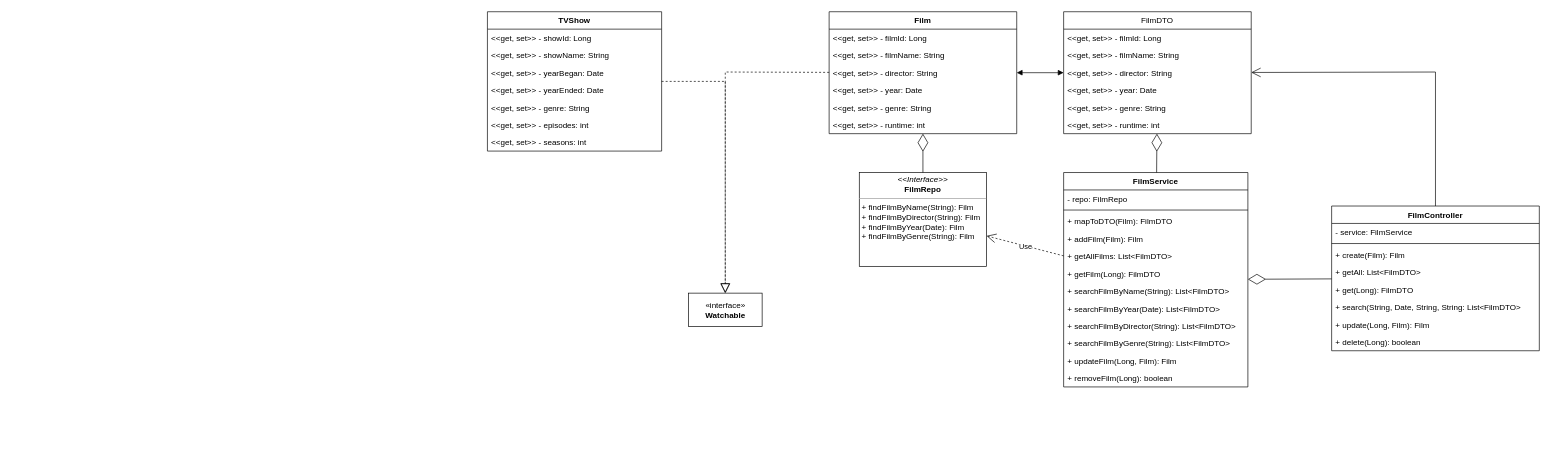
Above: Documents/Film TV Tracker UML diagram ver 1.drawio in Tasdiq-Dewan/Film-TV-Tracker-Project (draw.io), before the change. Source tidied: cells renumbered, new cells numbered last; positions are measured from the earlier drawing's top-left corner, leaving out a move shared by most shapes. Both pictures are drawn from the tidied source at 67%, with x=0, y=0 at pixel (487, 11).
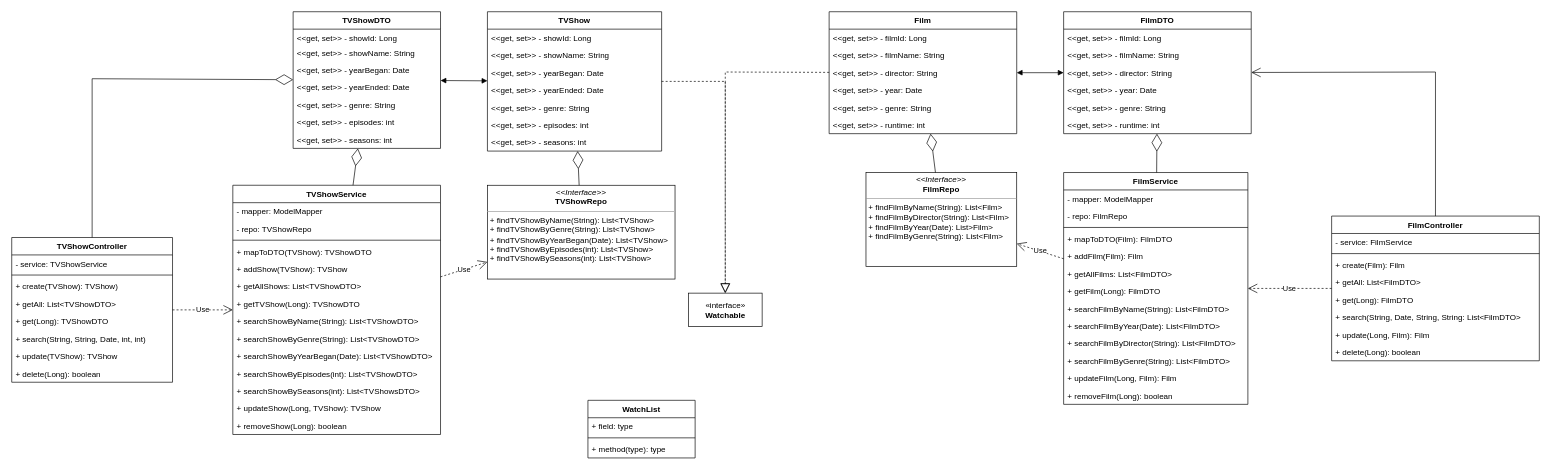
After the change.

Commit message (it also covers changes not shown here):
working on UML class diagram, Finshed classes related to Film and TVShow entities

The change refers to these unchanged cells:
```xml
<mxCell id="47" value="TVShow" style="swimlane;fontStyle=1;align=center;verticalAlign=top;horizontal=1;startSize=26;" parent="1" vertex="1">
  <mxGeometry width="260" height="208" as="geometry" />
</mxCell>
```

Diff of the diagram source:
```diff
@@
-    <mxCell id="9" value="FilmDTO" style="swimlane;fontStyle=0;horizontal=1;startSize=26;fillColor=none;" parent="1" vertex="1">
+    <mxCell id="9" value="FilmDTO" style="swimlane;fontStyle=1;horizontal=1;startSize=26;fillColor=none;" parent="1" vertex="1">
       <mxGeometry x="860" width="280" height="182" as="geometry" />
     </mxCell>
@@
-    <mxCell id="17" value="&lt;p style=&quot;margin:0px;margin-top:4px;text-align:center;&quot;&gt;&lt;i&gt;&amp;lt;&amp;lt;Interface&amp;gt;&amp;gt;&lt;/i&gt;&lt;br&gt;&lt;b&gt;FilmRepo&lt;/b&gt;&lt;/p&gt;&lt;hr size=&quot;1&quot;&gt;&lt;p style=&quot;margin:0px;margin-left:4px;&quot;&gt;+ findFilmByName(String): Film&lt;br&gt;+ findFilmByDirector(String): Film&lt;/p&gt;&lt;p style=&quot;margin:0px;margin-left:4px;&quot;&gt;+ findFilmByYear(Date): Film&lt;/p&gt;&lt;p style=&quot;margin:0px;margin-left:4px;&quot;&gt;+ findFilmByGenre(String): Film&lt;/p&gt;" style="verticalAlign=top;align=left;overflow=fill;fontSize=12;fontFamily=Helvetica;html=1;" parent="1" vertex="1">
-      <mxGeometry x="555" y="240" width="190" height="140" as="geometry" />
+    <mxCell id="17" value="&lt;p style=&quot;margin:0px;margin-top:4px;text-align:center;&quot;&gt;&lt;i&gt;&amp;lt;&amp;lt;Interface&amp;gt;&amp;gt;&lt;/i&gt;&lt;br&gt;&lt;b&gt;FilmRepo&lt;/b&gt;&lt;/p&gt;&lt;hr size=&quot;1&quot;&gt;&lt;p style=&quot;margin:0px;margin-left:4px;&quot;&gt;+ findFilmByName(String): List&amp;lt;Film&amp;gt;&lt;br&gt;+ findFilmByDirector(String): List&amp;lt;Film&amp;gt;&lt;/p&gt;&lt;p style=&quot;margin:0px;margin-left:4px;&quot;&gt;+ findFilmByYear(Date): List&amp;gt;Film&amp;gt;&lt;/p&gt;&lt;p style=&quot;margin:0px;margin-left:4px;&quot;&gt;+ findFilmByGenre(String): List&amp;lt;Film&amp;gt;&lt;/p&gt;" style="verticalAlign=top;align=left;overflow=fill;fontSize=12;fontFamily=Helvetica;html=1;" parent="1" vertex="1">
+      <mxGeometry x="565" y="240" width="225" height="140" as="geometry" />
     </mxCell>
@@
     <mxCell id="19" value="FilmService" style="swimlane;fontStyle=1;align=center;verticalAlign=top;horizontal=1;startSize=26;" parent="1" vertex="1">
-      <mxGeometry x="860" y="240" width="275" height="320" as="geometry" />
+      <mxGeometry x="860" y="240" width="275" height="346" as="geometry" />
     </mxCell>
+    <mxCell id="56" value="- mapper: ModelMapper" style="text;strokeColor=none;fillColor=none;align=left;verticalAlign=top;spacingLeft=4;spacingRight=4;overflow=hidden;" parent="19" vertex="1">
+      <mxGeometry y="26" width="275" height="26" as="geometry" />
+    </mxCell>
     <mxCell id="20" value="- repo: FilmRepo" style="text;strokeColor=none;fillColor=none;align=left;verticalAlign=top;spacingLeft=4;spacingRight=4;overflow=hidden;" parent="19" vertex="1">
-      <mxGeometry y="26" width="275" height="26" as="geometry" />
+      <mxGeometry y="52" width="275" height="26" as="geometry" />
     </mxCell>
     <mxCell id="21" style="line;strokeWidth=1;fillColor=none;align=left;verticalAlign=middle;spacingTop=-1;spacingLeft=3;spacingRight=3;labelPosition=right;" parent="19" vertex="1">
-      <mxGeometry y="52" width="275" height="8" as="geometry" />
+      <mxGeometry y="78" width="275" height="8" as="geometry" />
     </mxCell>
     <mxCell id="22" value="+ mapToDTO(Film): FilmDTO" style="text;strokeColor=none;fillColor=none;align=left;verticalAlign=top;spacingLeft=4;spacingRight=4;overflow=hidden;" parent="19" vertex="1">
-      <mxGeometry y="60" width="275" height="26" as="geometry" />
+      <mxGeometry y="86" width="275" height="26" as="geometry" />
     </mxCell>
     <mxCell id="23" value="+ addFilm(Film): Film" style="text;strokeColor=none;fillColor=none;align=left;verticalAlign=top;spacingLeft=4;spacingRight=4;overflow=hidden;" parent="19" vertex="1">
-      <mxGeometry y="86" width="275" height="26" as="geometry" />
+      <mxGeometry y="112" width="275" height="26" as="geometry" />
     </mxCell>
     <mxCell id="24" value="+ getAllFilms: List&lt;FilmDTO&gt;" style="text;strokeColor=none;fillColor=none;align=left;verticalAlign=top;spacingLeft=4;spacingRight=4;overflow=hidden;" parent="19" vertex="1">
-      <mxGeometry y="112" width="275" height="26" as="geometry" />
+      <mxGeometry y="138" width="275" height="26" as="geometry" />
     </mxCell>
     <mxCell id="25" value="+ getFilm(Long): FilmDTO" style="text;strokeColor=none;fillColor=none;align=left;verticalAlign=top;spacingLeft=4;spacingRight=4;overflow=hidden;" parent="19" vertex="1">
-      <mxGeometry y="138" width="275" height="26" as="geometry" />
+      <mxGeometry y="164" width="275" height="26" as="geometry" />
     </mxCell>
     <mxCell id="26" value="+ searchFilmByName(String): List&lt;FilmDTO&gt;" style="text;strokeColor=none;fillColor=none;align=left;verticalAlign=top;spacingLeft=4;spacingRight=4;overflow=hidden;" parent="19" vertex="1">
-      <mxGeometry y="164" width="275" height="26" as="geometry" />
+      <mxGeometry y="190" width="275" height="26" as="geometry" />
     </mxCell>
     <mxCell id="27" value="+ searchFilmByYear(Date): List&lt;FilmDTO&gt;" style="text;strokeColor=none;fillColor=none;align=left;verticalAlign=top;spacingLeft=4;spacingRight=4;overflow=hidden;" parent="19" vertex="1">
-      <mxGeometry y="190" width="275" height="26" as="geometry" />
+      <mxGeometry y="216" width="275" height="26" as="geometry" />
     </mxCell>
     <mxCell id="28" value="+ searchFilmByDirector(String): List&lt;FilmDTO&gt;" style="text;strokeColor=none;fillColor=none;align=left;verticalAlign=top;spacingLeft=4;spacingRight=4;overflow=hidden;" parent="19" vertex="1">
-      <mxGeometry y="216" width="275" height="26" as="geometry" />
+      <mxGeometry y="242" width="275" height="26" as="geometry" />
     </mxCell>
     <mxCell id="29" value="+ searchFilmByGenre(String): List&lt;FilmDTO&gt;" style="text;strokeColor=none;fillColor=none;align=left;verticalAlign=top;spacingLeft=4;spacingRight=4;overflow=hidden;" parent="19" vertex="1">
-      <mxGeometry y="242" width="275" height="26" as="geometry" />
+      <mxGeometry y="268" width="275" height="26" as="geometry" />
     </mxCell>
     <mxCell id="30" value="+ updateFilm(Long, Film): Film" style="text;strokeColor=none;fillColor=none;align=left;verticalAlign=top;spacingLeft=4;spacingRight=4;overflow=hidden;" parent="19" vertex="1">
-      <mxGeometry y="268" width="275" height="26" as="geometry" />
+      <mxGeometry y="294" width="275" height="26" as="geometry" />
     </mxCell>
     <mxCell id="31" value="+ removeFilm(Long): boolean" style="text;strokeColor=none;fillColor=none;align=left;verticalAlign=top;spacingLeft=4;spacingRight=4;overflow=hidden;" parent="19" vertex="1">
-      <mxGeometry y="294" width="275" height="26" as="geometry" />
+      <mxGeometry y="320" width="275" height="26" as="geometry" />
     </mxCell>
@@
     <mxCell id="36" value="FilmController" style="swimlane;fontStyle=1;align=center;verticalAlign=top;horizontal=1;startSize=26;" parent="1" vertex="1">
-      <mxGeometry x="1260" y="290" width="310" height="216" as="geometry" />
+      <mxGeometry x="1260" y="305" width="310" height="216" as="geometry" />
     </mxCell>
@@
-    <mxCell id="45" style="endArrow=diamondThin;endFill=0;endSize=24;html=1;rounded=0;" parent="1" edge="1" source="36" target="19">
-      <mxGeometry relative="1" as="geometry" />
-    </mxCell>
@@
+    <mxCell id="57" value="TVShowDTO" style="swimlane;fontStyle=1;horizontal=1;startSize=26;fillColor=none;" parent="1" vertex="1">
+      <mxGeometry x="-290" width="220" height="204" as="geometry" />
+    </mxCell>
+    <mxCell id="58" value="&lt;&lt;get, set&gt;&gt; - showId: Long" style="text;strokeColor=none;fillColor=none;align=left;verticalAlign=top;spacingLeft=4;spacingRight=4;overflow=hidden;" parent="57" vertex="1">
+      <mxGeometry y="26" width="220" height="22" as="geometry" />
+    </mxCell>
+    <mxCell id="59" value="&lt;&lt;get, set&gt;&gt; - showName: String" style="text;strokeColor=none;fillColor=none;align=left;verticalAlign=top;spacingLeft=4;spacingRight=4;overflow=hidden;" parent="57" vertex="1">
+      <mxGeometry y="48" width="220" height="26" as="geometry" />
+    </mxCell>
+    <mxCell id="60" value="&lt;&lt;get, set&gt;&gt; - yearBegan: Date" style="text;strokeColor=none;fillColor=none;align=left;verticalAlign=top;spacingLeft=4;spacingRight=4;overflow=hidden;" parent="57" vertex="1">
+      <mxGeometry y="74" width="220" height="26" as="geometry" />
+    </mxCell>
+    <mxCell id="61" value="&lt;&lt;get, set&gt;&gt; - yearEnded: Date" style="text;strokeColor=none;fillColor=none;align=left;verticalAlign=top;spacingLeft=4;spacingRight=4;overflow=hidden;" parent="57" vertex="1">
+      <mxGeometry y="100" width="220" height="26" as="geometry" />
+    </mxCell>
+    <mxCell id="62" value="&lt;&lt;get, set&gt;&gt; - genre: String" style="text;strokeColor=none;fillColor=none;align=left;verticalAlign=top;spacingLeft=4;spacingRight=4;overflow=hidden;" parent="57" vertex="1">
+      <mxGeometry y="126" width="220" height="26" as="geometry" />
+    </mxCell>
+    <mxCell id="63" value="&lt;&lt;get, set&gt;&gt; - episodes: int" style="text;strokeColor=none;fillColor=none;align=left;verticalAlign=top;spacingLeft=4;spacingRight=4;overflow=hidden;" parent="57" vertex="1">
+      <mxGeometry y="152" width="220" height="26" as="geometry" />
+    </mxCell>
+    <mxCell id="64" value="&lt;&lt;get, set&gt;&gt; - seasons: int" style="text;strokeColor=none;fillColor=none;align=left;verticalAlign=top;spacingLeft=4;spacingRight=4;overflow=hidden;" parent="57" vertex="1">
+      <mxGeometry y="178" width="220" height="26" as="geometry" />
+    </mxCell>
+    <mxCell id="65" style="endArrow=block;startArrow=block;endFill=1;startFill=1;html=1;rounded=0;" parent="1" edge="1" source="57" target="47">
+      <mxGeometry relative="1" as="geometry" />
+    </mxCell>
+    <mxCell id="66" value="&lt;p style=&quot;margin:0px;margin-top:4px;text-align:center;&quot;&gt;&lt;i&gt;&amp;lt;&amp;lt;Interface&amp;gt;&amp;gt;&lt;/i&gt;&lt;br&gt;&lt;b&gt;TVShowRepo&lt;/b&gt;&lt;/p&gt;&lt;hr size=&quot;1&quot;&gt;&lt;p style=&quot;margin:0px;margin-left:4px;&quot;&gt;+ findTVShowByName(String): List&amp;lt;TVShow&amp;gt;&lt;br&gt;+ findTVShowByGenre(String): List&amp;lt;TVShow&amp;gt;&lt;/p&gt;&lt;p style=&quot;margin:0px;margin-left:4px;&quot;&gt;+ findTVShowByYearBegan(Date): List&amp;lt;TVShow&amp;gt;&lt;/p&gt;&lt;p style=&quot;margin:0px;margin-left:4px;&quot;&gt;+ findTVShowByEpisodes(int): List&amp;lt;TVShow&amp;gt;&lt;/p&gt;&lt;p style=&quot;margin:0px;margin-left:4px;&quot;&gt;+ findTVShowBySeasons(int): List&amp;lt;TVShow&amp;gt;&lt;/p&gt;" style="verticalAlign=top;align=left;overflow=fill;fontSize=12;fontFamily=Helvetica;html=1;" parent="1" vertex="1">
+      <mxGeometry y="259" width="280" height="140" as="geometry" />
+    </mxCell>
+    <mxCell id="67" value="TVShowService" style="swimlane;fontStyle=1;align=center;verticalAlign=top;horizontal=1;startSize=26;" parent="1" vertex="1">
+      <mxGeometry x="-380" y="259" width="310" height="372" as="geometry" />
+    </mxCell>
+    <mxCell id="68" value="- mapper: ModelMapper" style="text;strokeColor=none;fillColor=none;align=left;verticalAlign=top;spacingLeft=4;spacingRight=4;overflow=hidden;" parent="67" vertex="1">
+      <mxGeometry y="26" width="310" height="26" as="geometry" />
+    </mxCell>
+    <mxCell id="69" value="- repo: TVShowRepo" style="text;strokeColor=none;fillColor=none;align=left;verticalAlign=top;spacingLeft=4;spacingRight=4;overflow=hidden;" parent="67" vertex="1">
+      <mxGeometry y="52" width="310" height="26" as="geometry" />
+    </mxCell>
+    <mxCell id="70" style="line;strokeWidth=1;fillColor=none;align=left;verticalAlign=middle;spacingTop=-1;spacingLeft=3;spacingRight=3;labelPosition=right;" parent="67" vertex="1">
+      <mxGeometry y="78" width="310" height="8" as="geometry" />
+    </mxCell>
+    <mxCell id="71" value="+ mapToDTO(TVShow): TVShowDTO" style="text;strokeColor=none;fillColor=none;align=left;verticalAlign=top;spacingLeft=4;spacingRight=4;overflow=hidden;" parent="67" vertex="1">
+      <mxGeometry y="86" width="310" height="26" as="geometry" />
+    </mxCell>
+    <mxCell id="72" value="+ addShow(TVShow): TVShow" style="text;strokeColor=none;fillColor=none;align=left;verticalAlign=top;spacingLeft=4;spacingRight=4;overflow=hidden;" parent="67" vertex="1">
+      <mxGeometry y="112" width="310" height="26" as="geometry" />
+    </mxCell>
+    <mxCell id="73" value="+ getAllShows: List&lt;TVShowDTO&gt;" style="text;strokeColor=none;fillColor=none;align=left;verticalAlign=top;spacingLeft=4;spacingRight=4;overflow=hidden;" parent="67" vertex="1">
+      <mxGeometry y="138" width="310" height="26" as="geometry" />
+    </mxCell>
+    <mxCell id="74" value="+ getTVShow(Long): TVShowDTO" style="text;strokeColor=none;fillColor=none;align=left;verticalAlign=top;spacingLeft=4;spacingRight=4;overflow=hidden;" parent="67" vertex="1">
+      <mxGeometry y="164" width="310" height="26" as="geometry" />
+    </mxCell>
+    <mxCell id="75" value="+ searchShowByName(String): List&lt;TVShowDTO&gt;" style="text;strokeColor=none;fillColor=none;align=left;verticalAlign=top;spacingLeft=4;spacingRight=4;overflow=hidden;" parent="67" vertex="1">
+      <mxGeometry y="190" width="310" height="26" as="geometry" />
+    </mxCell>
+    <mxCell id="76" value="+ searchShowByGenre(String): List&lt;TVShowDTO&gt;" style="text;strokeColor=none;fillColor=none;align=left;verticalAlign=top;spacingLeft=4;spacingRight=4;overflow=hidden;" parent="67" vertex="1">
+      <mxGeometry y="216" width="310" height="26" as="geometry" />
+    </mxCell>
+    <mxCell id="77" value="+ searchShowByYearBegan(Date): List&lt;TVShowDTO&gt;" style="text;strokeColor=none;fillColor=none;align=left;verticalAlign=top;spacingLeft=4;spacingRight=4;overflow=hidden;" parent="67" vertex="1">
+      <mxGeometry y="242" width="310" height="26" as="geometry" />
+    </mxCell>
+    <mxCell id="78" value="+ searchShowByEpisodes(int): List&lt;TVShowDTO&gt;" style="text;strokeColor=none;fillColor=none;align=left;verticalAlign=top;spacingLeft=4;spacingRight=4;overflow=hidden;" parent="67" vertex="1">
+      <mxGeometry y="268" width="310" height="26" as="geometry" />
+    </mxCell>
+    <mxCell id="79" value="+ searchShowBySeasons(int): List&lt;TVShowsDTO&gt;" style="text;strokeColor=none;fillColor=none;align=left;verticalAlign=top;spacingLeft=4;spacingRight=4;overflow=hidden;" parent="67" vertex="1">
+      <mxGeometry y="294" width="310" height="26" as="geometry" />
+    </mxCell>
+    <mxCell id="80" value="+ updateShow(Long, TVShow): TVShow" style="text;strokeColor=none;fillColor=none;align=left;verticalAlign=top;spacingLeft=4;spacingRight=4;overflow=hidden;" parent="67" vertex="1">
+      <mxGeometry y="320" width="310" height="26" as="geometry" />
+    </mxCell>
+    <mxCell id="81" value="+ removeShow(Long): boolean" style="text;strokeColor=none;fillColor=none;align=left;verticalAlign=top;spacingLeft=4;spacingRight=4;overflow=hidden;" parent="67" vertex="1">
+      <mxGeometry y="346" width="310" height="26" as="geometry" />
+    </mxCell>
+    <mxCell id="82" style="endArrow=diamondThin;endFill=0;endSize=24;html=1;rounded=0;" parent="1" edge="1" source="66" target="47">
+      <mxGeometry relative="1" as="geometry" />
+    </mxCell>
+    <mxCell id="83" value="Use" style="endArrow=open;endSize=12;dashed=1;html=1;rounded=0;" parent="1" edge="1" source="67" target="66">
+      <mxGeometry relative="1" as="geometry" />
+    </mxCell>
+    <mxCell id="45" value="Use" style="endArrow=open;endSize=12;dashed=1;html=1;rounded=0;" parent="1" edge="1" source="36" target="19">
+      <mxGeometry relative="1" as="geometry" />
+    </mxCell>
+    <mxCell id="84" style="endArrow=diamondThin;endFill=0;endSize=24;html=1;rounded=0;" parent="1" edge="1" source="67" target="57">
+      <mxGeometry relative="1" as="geometry" />
+    </mxCell>
+    <mxCell id="85" value="TVShowController" style="swimlane;fontStyle=1;align=center;verticalAlign=top;horizontal=1;startSize=26;" parent="1" vertex="1">
+      <mxGeometry x="-710" y="337" width="240" height="216" as="geometry" />
+    </mxCell>
+    <mxCell id="86" value="- service: TVShowService" style="text;strokeColor=none;fillColor=none;align=left;verticalAlign=top;spacingLeft=4;spacingRight=4;overflow=hidden;" parent="85" vertex="1">
+      <mxGeometry y="26" width="240" height="26" as="geometry" />
+    </mxCell>
+    <mxCell id="87" style="line;strokeWidth=1;fillColor=none;align=left;verticalAlign=middle;spacingTop=-1;spacingLeft=3;spacingRight=3;labelPosition=right;" parent="85" vertex="1">
+      <mxGeometry y="52" width="240" height="8" as="geometry" />
+    </mxCell>
+    <mxCell id="88" value="+ create(TVShow): TVShow)" style="text;strokeColor=none;fillColor=none;align=left;verticalAlign=top;spacingLeft=4;spacingRight=4;overflow=hidden;" parent="85" vertex="1">
+      <mxGeometry y="60" width="240" height="26" as="geometry" />
+    </mxCell>
+    <mxCell id="89" value="+ getAll: List&lt;TVShowDTO&gt;" style="text;strokeColor=none;fillColor=none;align=left;verticalAlign=top;spacingLeft=4;spacingRight=4;overflow=hidden;" parent="85" vertex="1">
+      <mxGeometry y="86" width="240" height="26" as="geometry" />
+    </mxCell>
+    <mxCell id="90" value="+ get(Long): TVShowDTO" style="text;strokeColor=none;fillColor=none;align=left;verticalAlign=top;spacingLeft=4;spacingRight=4;overflow=hidden;" parent="85" vertex="1">
+      <mxGeometry y="112" width="240" height="26" as="geometry" />
+    </mxCell>
+    <mxCell id="91" value="+ search(String, String, Date, int, int)" style="text;strokeColor=none;fillColor=none;align=left;verticalAlign=top;spacingLeft=4;spacingRight=4;overflow=hidden;" parent="85" vertex="1">
+      <mxGeometry y="138" width="240" height="26" as="geometry" />
+    </mxCell>
+    <mxCell id="92" value="+ update(TVShow): TVShow" style="text;strokeColor=none;fillColor=none;align=left;verticalAlign=top;spacingLeft=4;spacingRight=4;overflow=hidden;" parent="85" vertex="1">
+      <mxGeometry y="164" width="240" height="26" as="geometry" />
+    </mxCell>
+    <mxCell id="93" value="+ delete(Long): boolean" style="text;strokeColor=none;fillColor=none;align=left;verticalAlign=top;spacingLeft=4;spacingRight=4;overflow=hidden;" parent="85" vertex="1">
+      <mxGeometry y="190" width="240" height="26" as="geometry" />
+    </mxCell>
+    <mxCell id="94" value="Use" style="endArrow=open;endSize=12;dashed=1;html=1;rounded=0;" parent="1" edge="1" source="85" target="67">
+      <mxGeometry relative="1" as="geometry" />
+    </mxCell>
+    <mxCell id="95" style="endArrow=diamondThin;endFill=0;endSize=24;html=1;rounded=0;" parent="1" edge="1" source="85" target="57">
+      <mxGeometry relative="1" as="geometry">
+        <Array as="points">
+          <mxPoint x="-590" y="100" />
+        </Array>
+      </mxGeometry>
+    </mxCell>
+    <mxCell id="96" value="WatchList" style="swimlane;fontStyle=1;align=center;verticalAlign=top;horizontal=1;startSize=26;" parent="1" vertex="1">
+      <mxGeometry x="150" y="580" width="160" height="86" as="geometry" />
+    </mxCell>
+    <mxCell id="97" value="+ field: type" style="text;strokeColor=none;fillColor=none;align=left;verticalAlign=top;spacingLeft=4;spacingRight=4;overflow=hidden;" parent="96" vertex="1">
+      <mxGeometry y="26" width="160" height="26" as="geometry" />
+    </mxCell>
+    <mxCell id="98" style="line;strokeWidth=1;fillColor=none;align=left;verticalAlign=middle;spacingTop=-1;spacingLeft=3;spacingRight=3;labelPosition=right;" parent="96" vertex="1">
+      <mxGeometry y="52" width="160" height="8" as="geometry" />
+    </mxCell>
+    <mxCell id="99" value="+ method(type): type" style="text;strokeColor=none;fillColor=none;align=left;verticalAlign=top;spacingLeft=4;spacingRight=4;overflow=hidden;" parent="96" vertex="1">
+      <mxGeometry y="60" width="160" height="26" as="geometry" />
+    </mxCell>
```
